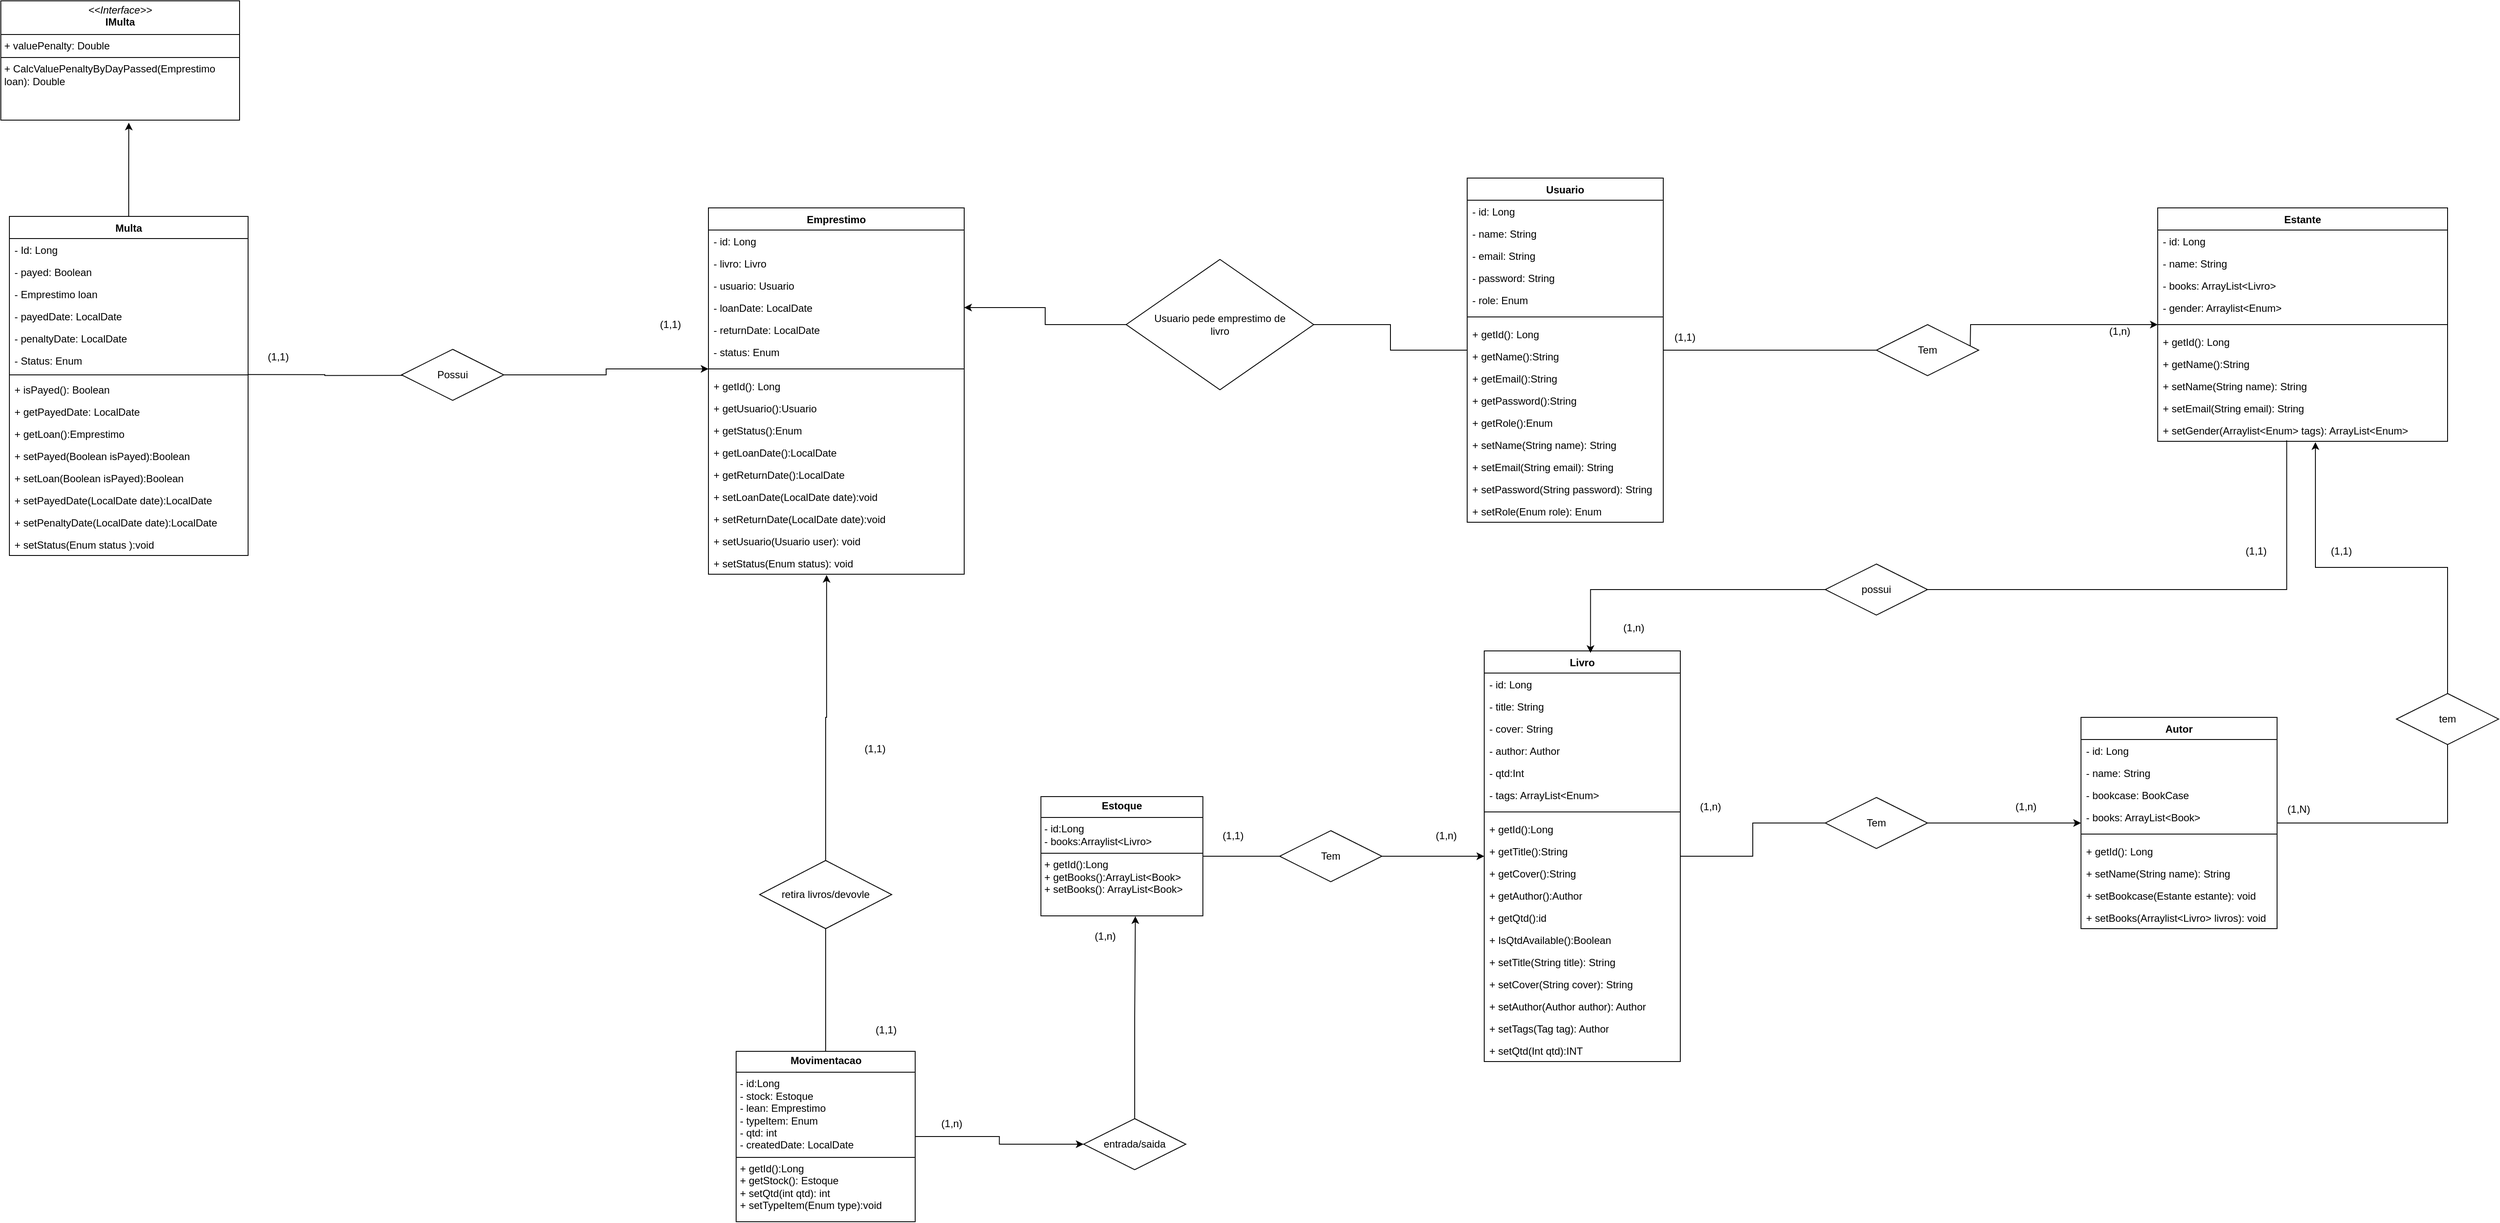
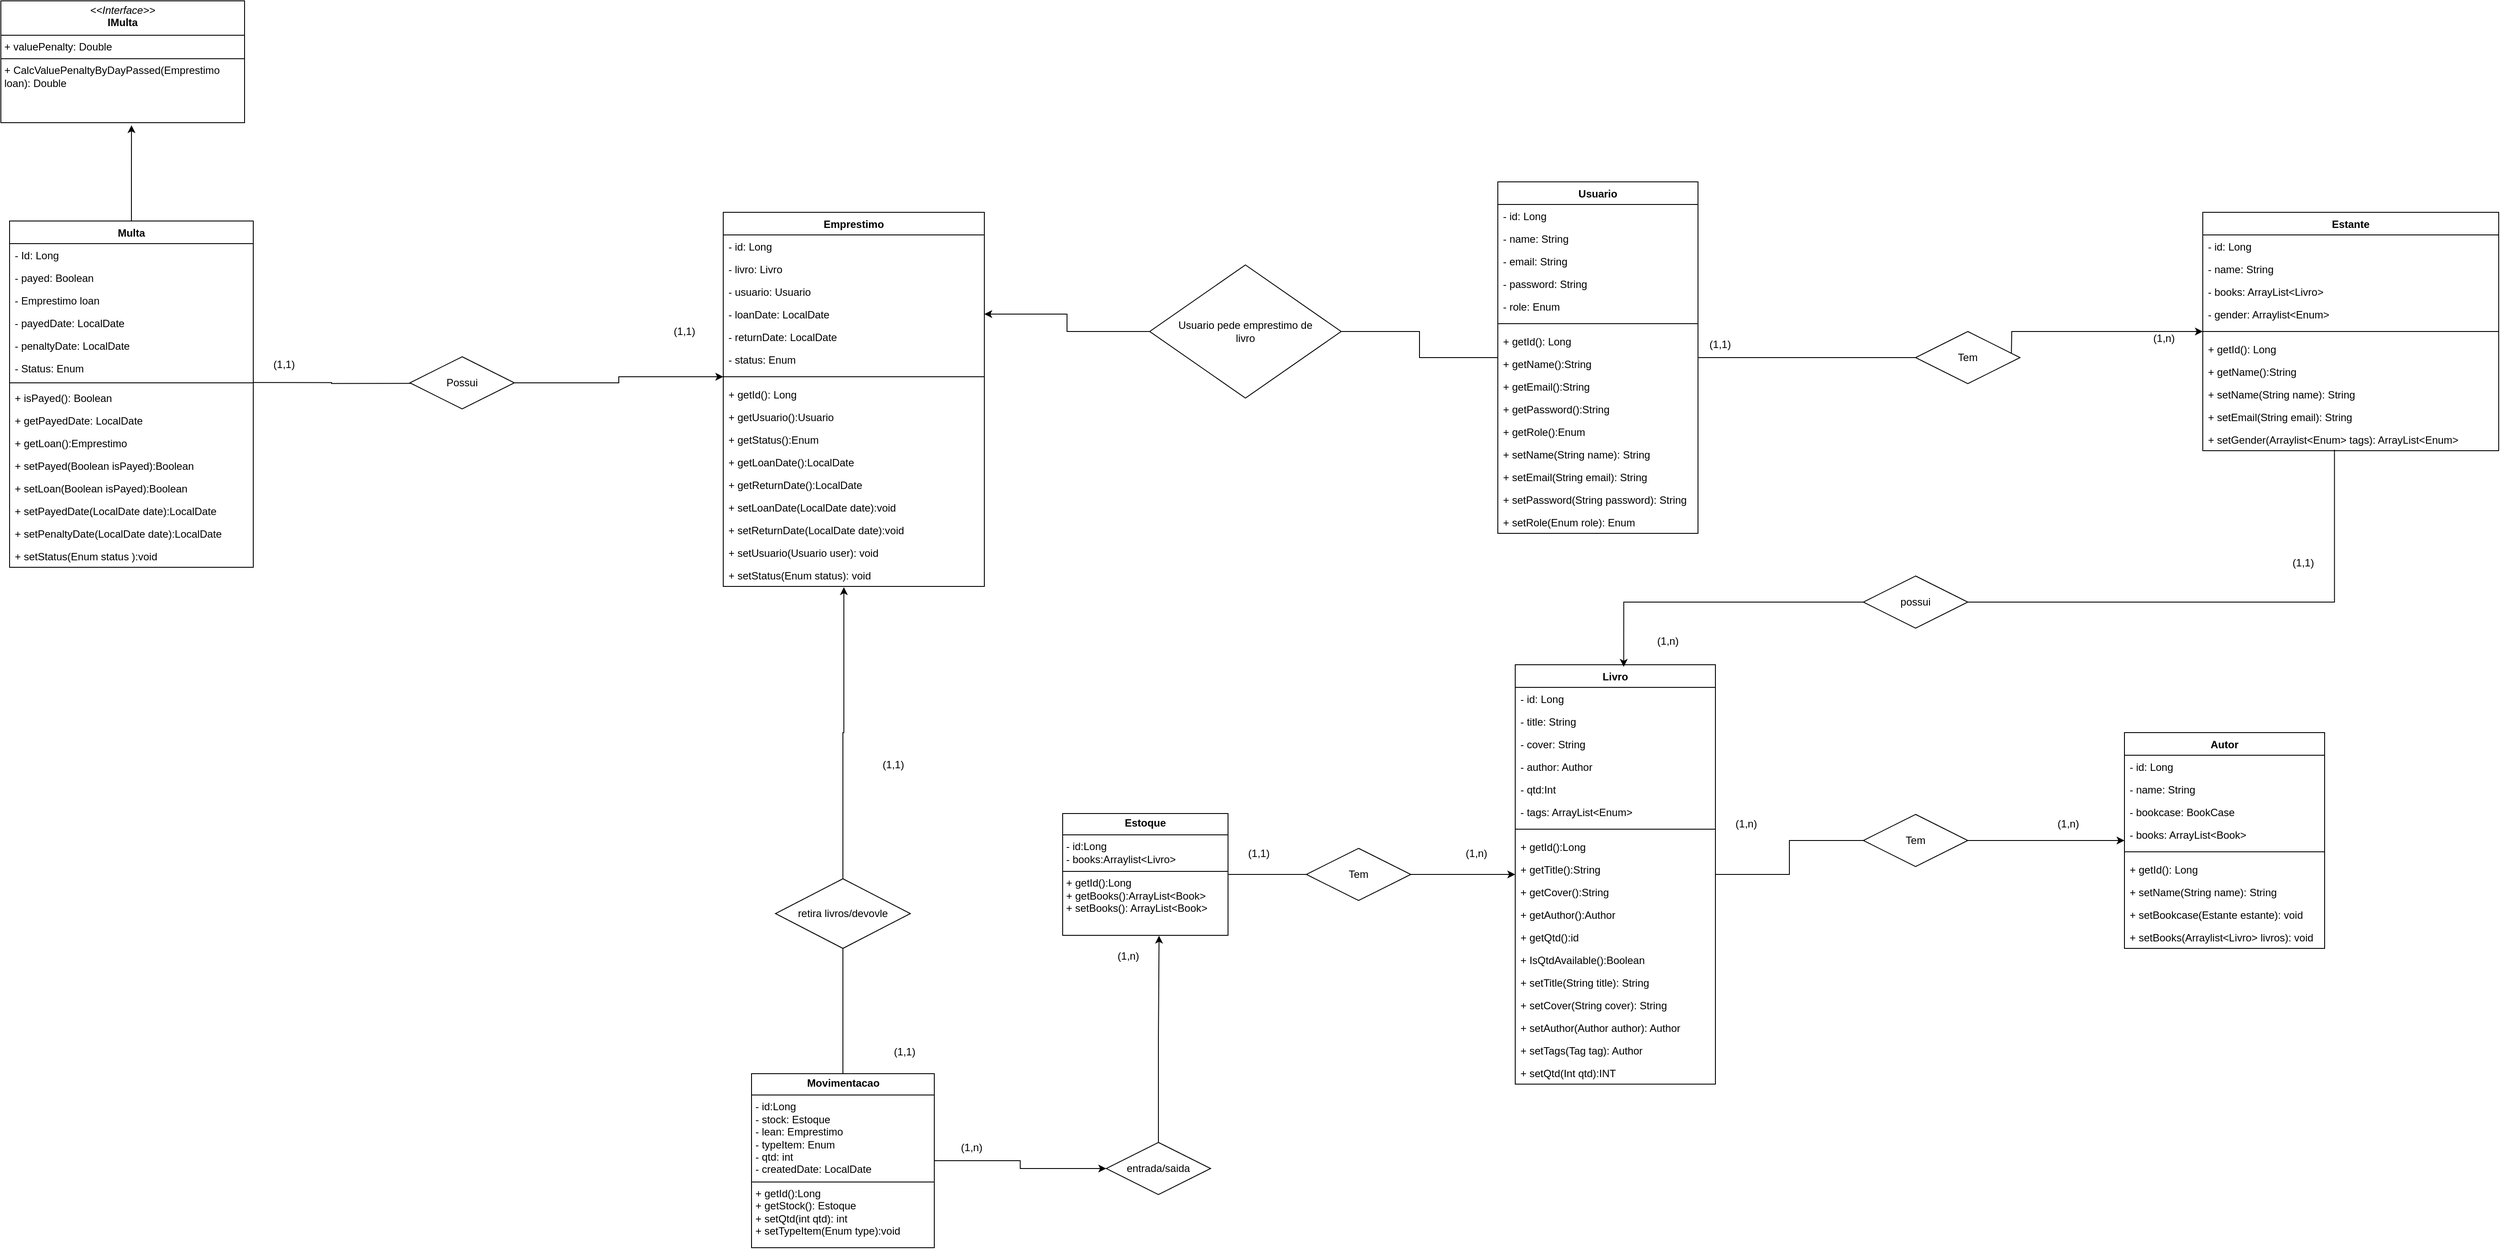
<mxfile host="Electron" agent="Mozilla/5.0 (Windows NT 10.0; Win64; x64) AppleWebKit/537.36 (KHTML, like Gecko) draw.io/29.6.6 Chrome/144.0.7559.236 Electron/40.8.4 Safari/537.36" version="29.6.6">
  <diagram name="Página-1" id="Kx7T9UcbU51RKCMPcttM">
    <mxGraphModel dx="4016" dy="1816" grid="1" gridSize="10" guides="1" tooltips="1" connect="1" arrows="1" fold="1" page="1" pageScale="1" pageWidth="1169" pageHeight="827" math="0" shadow="0">
      <root>
        <mxCell id="0" />
        <mxCell id="1" parent="0" />
        <mxCell id="uXCx0sb0L0lpM-7Oejf6-9" edge="1" parent="1" source="KmSjKLGz71K4W9qImJ2B-2" style="edgeStyle=orthogonalEdgeStyle;rounded=0;orthogonalLoop=1;jettySize=auto;html=1;endArrow=none;endFill=0;entryX=0;entryY=0.5;entryDx=0;entryDy=0;" target="VC9RXPg_d_1Dh3A2mj1C-4">
          <mxGeometry relative="1" as="geometry">
            <mxPoint x="640" y="-2.9999999999997726" as="targetPoint" />
          </mxGeometry>
        </mxCell>
        <mxCell id="VC9RXPg_d_1Dh3A2mj1C-3" edge="1" parent="1" source="KmSjKLGz71K4W9qImJ2B-2" style="edgeStyle=orthogonalEdgeStyle;rounded=0;orthogonalLoop=1;jettySize=auto;html=1;entryX=1;entryY=0.5;entryDx=0;entryDy=0;endArrow=none;endFill=0;" target="VC9RXPg_d_1Dh3A2mj1C-1">
          <mxGeometry relative="1" as="geometry" />
        </mxCell>
        <mxCell id="KmSjKLGz71K4W9qImJ2B-2" parent="1" style="swimlane;fontStyle=1;align=center;verticalAlign=top;childLayout=stackLayout;horizontal=1;startSize=26;horizontalStack=0;resizeParent=1;resizeParentMax=0;resizeLast=0;collapsible=1;marginBottom=0;whiteSpace=wrap;html=1;" value="Usuario" vertex="1">
          <mxGeometry height="404" width="230" x="140" y="-205" as="geometry" />
        </mxCell>
        <mxCell id="KmSjKLGz71K4W9qImJ2B-3" parent="KmSjKLGz71K4W9qImJ2B-2" style="text;strokeColor=none;fillColor=none;align=left;verticalAlign=top;spacingLeft=4;spacingRight=4;overflow=hidden;rotatable=0;points=[[0,0.5],[1,0.5]];portConstraint=eastwest;whiteSpace=wrap;html=1;" value="- id: Long" vertex="1">
          <mxGeometry height="26" width="230" y="26" as="geometry" />
        </mxCell>
        <mxCell id="KmSjKLGz71K4W9qImJ2B-6" parent="KmSjKLGz71K4W9qImJ2B-2" style="text;strokeColor=none;fillColor=none;align=left;verticalAlign=top;spacingLeft=4;spacingRight=4;overflow=hidden;rotatable=0;points=[[0,0.5],[1,0.5]];portConstraint=eastwest;whiteSpace=wrap;html=1;" value="- name: String" vertex="1">
          <mxGeometry height="26" width="230" y="52" as="geometry" />
        </mxCell>
        <mxCell id="KmSjKLGz71K4W9qImJ2B-7" parent="KmSjKLGz71K4W9qImJ2B-2" style="text;strokeColor=none;fillColor=none;align=left;verticalAlign=top;spacingLeft=4;spacingRight=4;overflow=hidden;rotatable=0;points=[[0,0.5],[1,0.5]];portConstraint=eastwest;whiteSpace=wrap;html=1;" value="- email: String" vertex="1">
          <mxGeometry height="26" width="230" y="78" as="geometry" />
        </mxCell>
        <mxCell id="KmSjKLGz71K4W9qImJ2B-8" parent="KmSjKLGz71K4W9qImJ2B-2" style="text;strokeColor=none;fillColor=none;align=left;verticalAlign=top;spacingLeft=4;spacingRight=4;overflow=hidden;rotatable=0;points=[[0,0.5],[1,0.5]];portConstraint=eastwest;whiteSpace=wrap;html=1;" value="- password: String" vertex="1">
          <mxGeometry height="26" width="230" y="104" as="geometry" />
        </mxCell>
        <mxCell id="KmSjKLGz71K4W9qImJ2B-9" parent="KmSjKLGz71K4W9qImJ2B-2" style="text;strokeColor=none;fillColor=none;align=left;verticalAlign=top;spacingLeft=4;spacingRight=4;overflow=hidden;rotatable=0;points=[[0,0.5],[1,0.5]];portConstraint=eastwest;whiteSpace=wrap;html=1;" value="- role: Enum" vertex="1">
          <mxGeometry height="26" width="230" y="130" as="geometry" />
        </mxCell>
        <mxCell id="KmSjKLGz71K4W9qImJ2B-4" parent="KmSjKLGz71K4W9qImJ2B-2" style="line;strokeWidth=1;fillColor=none;align=left;verticalAlign=middle;spacingTop=-1;spacingLeft=3;spacingRight=3;rotatable=0;labelPosition=right;points=[];portConstraint=eastwest;strokeColor=inherit;" value="" vertex="1">
          <mxGeometry height="14" width="230" y="156" as="geometry" />
        </mxCell>
        <mxCell id="KmSjKLGz71K4W9qImJ2B-5" parent="KmSjKLGz71K4W9qImJ2B-2" style="text;strokeColor=none;fillColor=none;align=left;verticalAlign=top;spacingLeft=4;spacingRight=4;overflow=hidden;rotatable=0;points=[[0,0.5],[1,0.5]];portConstraint=eastwest;whiteSpace=wrap;html=1;" value="+ getId(): Long" vertex="1">
          <mxGeometry height="26" width="230" y="170" as="geometry" />
        </mxCell>
        <mxCell id="KmSjKLGz71K4W9qImJ2B-10" parent="KmSjKLGz71K4W9qImJ2B-2" style="text;strokeColor=none;fillColor=none;align=left;verticalAlign=top;spacingLeft=4;spacingRight=4;overflow=hidden;rotatable=0;points=[[0,0.5],[1,0.5]];portConstraint=eastwest;whiteSpace=wrap;html=1;" value="+ getName():String" vertex="1">
          <mxGeometry height="26" width="230" y="196" as="geometry" />
        </mxCell>
        <mxCell id="KmSjKLGz71K4W9qImJ2B-11" parent="KmSjKLGz71K4W9qImJ2B-2" style="text;strokeColor=none;fillColor=none;align=left;verticalAlign=top;spacingLeft=4;spacingRight=4;overflow=hidden;rotatable=0;points=[[0,0.5],[1,0.5]];portConstraint=eastwest;whiteSpace=wrap;html=1;" value="+ getEmail():String" vertex="1">
          <mxGeometry height="26" width="230" y="222" as="geometry" />
        </mxCell>
        <mxCell id="KmSjKLGz71K4W9qImJ2B-12" parent="KmSjKLGz71K4W9qImJ2B-2" style="text;strokeColor=none;fillColor=none;align=left;verticalAlign=top;spacingLeft=4;spacingRight=4;overflow=hidden;rotatable=0;points=[[0,0.5],[1,0.5]];portConstraint=eastwest;whiteSpace=wrap;html=1;" value="+ getPassword():String" vertex="1">
          <mxGeometry height="26" width="230" y="248" as="geometry" />
        </mxCell>
        <mxCell id="KmSjKLGz71K4W9qImJ2B-13" parent="KmSjKLGz71K4W9qImJ2B-2" style="text;strokeColor=none;fillColor=none;align=left;verticalAlign=top;spacingLeft=4;spacingRight=4;overflow=hidden;rotatable=0;points=[[0,0.5],[1,0.5]];portConstraint=eastwest;whiteSpace=wrap;html=1;" value="+ getRole():Enum" vertex="1">
          <mxGeometry height="26" width="230" y="274" as="geometry" />
        </mxCell>
        <mxCell id="KmSjKLGz71K4W9qImJ2B-14" parent="KmSjKLGz71K4W9qImJ2B-2" style="text;strokeColor=none;fillColor=none;align=left;verticalAlign=top;spacingLeft=4;spacingRight=4;overflow=hidden;rotatable=0;points=[[0,0.5],[1,0.5]];portConstraint=eastwest;whiteSpace=wrap;html=1;" value="+ setName(String name): String" vertex="1">
          <mxGeometry height="26" width="230" y="300" as="geometry" />
        </mxCell>
        <mxCell id="KmSjKLGz71K4W9qImJ2B-15" parent="KmSjKLGz71K4W9qImJ2B-2" style="text;strokeColor=none;fillColor=none;align=left;verticalAlign=top;spacingLeft=4;spacingRight=4;overflow=hidden;rotatable=0;points=[[0,0.5],[1,0.5]];portConstraint=eastwest;whiteSpace=wrap;html=1;" value="+ setEmail(String email): String" vertex="1">
          <mxGeometry height="26" width="230" y="326" as="geometry" />
        </mxCell>
        <mxCell id="KmSjKLGz71K4W9qImJ2B-16" parent="KmSjKLGz71K4W9qImJ2B-2" style="text;strokeColor=none;fillColor=none;align=left;verticalAlign=top;spacingLeft=4;spacingRight=4;overflow=hidden;rotatable=0;points=[[0,0.5],[1,0.5]];portConstraint=eastwest;whiteSpace=wrap;html=1;" value="+ setPassword(String password): String" vertex="1">
          <mxGeometry height="26" width="230" y="352" as="geometry" />
        </mxCell>
        <mxCell id="KmSjKLGz71K4W9qImJ2B-17" parent="KmSjKLGz71K4W9qImJ2B-2" style="text;strokeColor=none;fillColor=none;align=left;verticalAlign=top;spacingLeft=4;spacingRight=4;overflow=hidden;rotatable=0;points=[[0,0.5],[1,0.5]];portConstraint=eastwest;whiteSpace=wrap;html=1;" value="+ setRole(Enum role): Enum" vertex="1">
          <mxGeometry height="26" width="230" y="378" as="geometry" />
        </mxCell>
        <mxCell id="uXCx0sb0L0lpM-7Oejf6-8" edge="1" parent="1" source="KmSjKLGz71K4W9qImJ2B-35" style="edgeStyle=orthogonalEdgeStyle;rounded=0;orthogonalLoop=1;jettySize=auto;html=1;entryX=0;entryY=0.5;entryDx=0;entryDy=0;endArrow=none;endFill=0;" target="VC9RXPg_d_1Dh3A2mj1C-8">
          <mxGeometry relative="1" as="geometry">
            <mxPoint x="520" y="552" as="targetPoint" />
          </mxGeometry>
        </mxCell>
        <mxCell id="KmSjKLGz71K4W9qImJ2B-35" parent="1" style="swimlane;fontStyle=1;align=center;verticalAlign=top;childLayout=stackLayout;horizontal=1;startSize=26;horizontalStack=0;resizeParent=1;resizeParentMax=0;resizeLast=0;collapsible=1;marginBottom=0;whiteSpace=wrap;html=1;" value="Livro" vertex="1">
          <mxGeometry height="482" width="230" x="160" y="350" as="geometry" />
        </mxCell>
        <mxCell id="KmSjKLGz71K4W9qImJ2B-36" parent="KmSjKLGz71K4W9qImJ2B-35" style="text;strokeColor=none;fillColor=none;align=left;verticalAlign=top;spacingLeft=4;spacingRight=4;overflow=hidden;rotatable=0;points=[[0,0.5],[1,0.5]];portConstraint=eastwest;whiteSpace=wrap;html=1;" value="- id: Long" vertex="1">
          <mxGeometry height="26" width="230" y="26" as="geometry" />
        </mxCell>
        <mxCell id="KmSjKLGz71K4W9qImJ2B-38" parent="KmSjKLGz71K4W9qImJ2B-35" style="text;strokeColor=none;fillColor=none;align=left;verticalAlign=top;spacingLeft=4;spacingRight=4;overflow=hidden;rotatable=0;points=[[0,0.5],[1,0.5]];portConstraint=eastwest;whiteSpace=wrap;html=1;" value="- title: String" vertex="1">
          <mxGeometry height="26" width="230" y="52" as="geometry" />
        </mxCell>
        <mxCell id="KmSjKLGz71K4W9qImJ2B-39" parent="KmSjKLGz71K4W9qImJ2B-35" style="text;strokeColor=none;fillColor=none;align=left;verticalAlign=top;spacingLeft=4;spacingRight=4;overflow=hidden;rotatable=0;points=[[0,0.5],[1,0.5]];portConstraint=eastwest;whiteSpace=wrap;html=1;" value="- cover: String" vertex="1">
          <mxGeometry height="26" width="230" y="78" as="geometry" />
        </mxCell>
        <mxCell id="KmSjKLGz71K4W9qImJ2B-40" parent="KmSjKLGz71K4W9qImJ2B-35" style="text;strokeColor=none;fillColor=none;align=left;verticalAlign=top;spacingLeft=4;spacingRight=4;overflow=hidden;rotatable=0;points=[[0,0.5],[1,0.5]];portConstraint=eastwest;whiteSpace=wrap;html=1;" value="- author: Author" vertex="1">
          <mxGeometry height="26" width="230" y="104" as="geometry" />
        </mxCell>
        <mxCell id="uXCx0sb0L0lpM-7Oejf6-7" parent="KmSjKLGz71K4W9qImJ2B-35" style="text;strokeColor=none;fillColor=none;align=left;verticalAlign=top;spacingLeft=4;spacingRight=4;overflow=hidden;rotatable=0;points=[[0,0.5],[1,0.5]];portConstraint=eastwest;whiteSpace=wrap;html=1;" value="- qtd:Int" vertex="1">
          <mxGeometry height="26" width="230" y="130" as="geometry" />
        </mxCell>
        <mxCell id="KmSjKLGz71K4W9qImJ2B-139" parent="KmSjKLGz71K4W9qImJ2B-35" style="text;strokeColor=none;fillColor=none;align=left;verticalAlign=top;spacingLeft=4;spacingRight=4;overflow=hidden;rotatable=0;points=[[0,0.5],[1,0.5]];portConstraint=eastwest;whiteSpace=wrap;html=1;" value="- tags: ArrayList&amp;lt;Enum&amp;gt;" vertex="1">
          <mxGeometry height="26" width="230" y="156" as="geometry" />
        </mxCell>
        <mxCell id="KmSjKLGz71K4W9qImJ2B-41" parent="KmSjKLGz71K4W9qImJ2B-35" style="line;strokeWidth=1;fillColor=none;align=left;verticalAlign=middle;spacingTop=-1;spacingLeft=3;spacingRight=3;rotatable=0;labelPosition=right;points=[];portConstraint=eastwest;strokeColor=inherit;" value="" vertex="1">
          <mxGeometry height="14" width="230" y="182" as="geometry" />
        </mxCell>
        <mxCell id="KmSjKLGz71K4W9qImJ2B-42" parent="KmSjKLGz71K4W9qImJ2B-35" style="text;strokeColor=none;fillColor=none;align=left;verticalAlign=top;spacingLeft=4;spacingRight=4;overflow=hidden;rotatable=0;points=[[0,0.5],[1,0.5]];portConstraint=eastwest;whiteSpace=wrap;html=1;" value="+ getId():Long" vertex="1">
          <mxGeometry height="26" width="230" y="196" as="geometry" />
        </mxCell>
        <mxCell id="KmSjKLGz71K4W9qImJ2B-43" parent="KmSjKLGz71K4W9qImJ2B-35" style="text;strokeColor=none;fillColor=none;align=left;verticalAlign=top;spacingLeft=4;spacingRight=4;overflow=hidden;rotatable=0;points=[[0,0.5],[1,0.5]];portConstraint=eastwest;whiteSpace=wrap;html=1;" value="+ getTitle():String" vertex="1">
          <mxGeometry height="26" width="230" y="222" as="geometry" />
        </mxCell>
        <mxCell id="KmSjKLGz71K4W9qImJ2B-44" parent="KmSjKLGz71K4W9qImJ2B-35" style="text;strokeColor=none;fillColor=none;align=left;verticalAlign=top;spacingLeft=4;spacingRight=4;overflow=hidden;rotatable=0;points=[[0,0.5],[1,0.5]];portConstraint=eastwest;whiteSpace=wrap;html=1;" value="+ getCover():String" vertex="1">
          <mxGeometry height="26" width="230" y="248" as="geometry" />
        </mxCell>
        <mxCell id="KmSjKLGz71K4W9qImJ2B-45" parent="KmSjKLGz71K4W9qImJ2B-35" style="text;strokeColor=none;fillColor=none;align=left;verticalAlign=top;spacingLeft=4;spacingRight=4;overflow=hidden;rotatable=0;points=[[0,0.5],[1,0.5]];portConstraint=eastwest;whiteSpace=wrap;html=1;" value="+ getAuthor():Author" vertex="1">
          <mxGeometry height="26" width="230" y="274" as="geometry" />
        </mxCell>
        <mxCell id="VC9RXPg_d_1Dh3A2mj1C-16" parent="KmSjKLGz71K4W9qImJ2B-35" style="text;strokeColor=none;fillColor=none;align=left;verticalAlign=top;spacingLeft=4;spacingRight=4;overflow=hidden;rotatable=0;points=[[0,0.5],[1,0.5]];portConstraint=eastwest;whiteSpace=wrap;html=1;" value="+ getQtd():id" vertex="1">
          <mxGeometry height="26" width="230" y="300" as="geometry" />
        </mxCell>
        <mxCell id="VC9RXPg_d_1Dh3A2mj1C-17" parent="KmSjKLGz71K4W9qImJ2B-35" style="text;strokeColor=none;fillColor=none;align=left;verticalAlign=top;spacingLeft=4;spacingRight=4;overflow=hidden;rotatable=0;points=[[0,0.5],[1,0.5]];portConstraint=eastwest;whiteSpace=wrap;html=1;" value="+ IsQtdAvailable():Boolean" vertex="1">
          <mxGeometry height="26" width="230" y="326" as="geometry" />
        </mxCell>
        <mxCell id="KmSjKLGz71K4W9qImJ2B-47" parent="KmSjKLGz71K4W9qImJ2B-35" style="text;strokeColor=none;fillColor=none;align=left;verticalAlign=top;spacingLeft=4;spacingRight=4;overflow=hidden;rotatable=0;points=[[0,0.5],[1,0.5]];portConstraint=eastwest;whiteSpace=wrap;html=1;" value="+ setTitle(String title): String" vertex="1">
          <mxGeometry height="26" width="230" y="352" as="geometry" />
        </mxCell>
        <mxCell id="KmSjKLGz71K4W9qImJ2B-48" parent="KmSjKLGz71K4W9qImJ2B-35" style="text;strokeColor=none;fillColor=none;align=left;verticalAlign=top;spacingLeft=4;spacingRight=4;overflow=hidden;rotatable=0;points=[[0,0.5],[1,0.5]];portConstraint=eastwest;whiteSpace=wrap;html=1;" value="+ setCover(String cover): String" vertex="1">
          <mxGeometry height="26" width="230" y="378" as="geometry" />
        </mxCell>
        <mxCell id="KmSjKLGz71K4W9qImJ2B-49" parent="KmSjKLGz71K4W9qImJ2B-35" style="text;strokeColor=none;fillColor=none;align=left;verticalAlign=top;spacingLeft=4;spacingRight=4;overflow=hidden;rotatable=0;points=[[0,0.5],[1,0.5]];portConstraint=eastwest;whiteSpace=wrap;html=1;" value="+ setAuthor(Author author): Author" vertex="1">
          <mxGeometry height="26" width="230" y="404" as="geometry" />
        </mxCell>
        <mxCell id="KmSjKLGz71K4W9qImJ2B-140" parent="KmSjKLGz71K4W9qImJ2B-35" style="text;strokeColor=none;fillColor=none;align=left;verticalAlign=top;spacingLeft=4;spacingRight=4;overflow=hidden;rotatable=0;points=[[0,0.5],[1,0.5]];portConstraint=eastwest;whiteSpace=wrap;html=1;" value="+ setTags(Tag tag): Author" vertex="1">
          <mxGeometry height="26" width="230" y="430" as="geometry" />
        </mxCell>
        <mxCell id="VC9RXPg_d_1Dh3A2mj1C-18" parent="KmSjKLGz71K4W9qImJ2B-35" style="text;strokeColor=none;fillColor=none;align=left;verticalAlign=top;spacingLeft=4;spacingRight=4;overflow=hidden;rotatable=0;points=[[0,0.5],[1,0.5]];portConstraint=eastwest;whiteSpace=wrap;html=1;" value="+ setQtd(Int qtd):INT" vertex="1">
          <mxGeometry height="26" width="230" y="456" as="geometry" />
        </mxCell>
-         <mxCell id="dsXsR4ag7PACNrRJgRpK-17" edge="1" parent="1" source="KmSjKLGz71K4W9qImJ2B-64" style="edgeStyle=orthogonalEdgeStyle;rounded=0;orthogonalLoop=1;jettySize=auto;html=1;entryX=0.5;entryY=1;entryDx=0;entryDy=0;endArrow=none;endFill=0;" target="dsXsR4ag7PACNrRJgRpK-18">
-           <mxGeometry relative="1" as="geometry">
-             <mxPoint x="1230" y="380" as="targetPoint" />
-           </mxGeometry>
-         </mxCell>
        <mxCell id="KmSjKLGz71K4W9qImJ2B-64" parent="1" style="swimlane;fontStyle=1;align=center;verticalAlign=top;childLayout=stackLayout;horizontal=1;startSize=26;horizontalStack=0;resizeParent=1;resizeParentMax=0;resizeLast=0;collapsible=1;marginBottom=0;whiteSpace=wrap;html=1;" value="Autor" vertex="1">
          <mxGeometry height="248" width="230" x="860" y="428" as="geometry" />
        </mxCell>
        <mxCell id="KmSjKLGz71K4W9qImJ2B-65" parent="KmSjKLGz71K4W9qImJ2B-64" style="text;strokeColor=none;fillColor=none;align=left;verticalAlign=top;spacingLeft=4;spacingRight=4;overflow=hidden;rotatable=0;points=[[0,0.5],[1,0.5]];portConstraint=eastwest;whiteSpace=wrap;html=1;" value="- id: Long" vertex="1">
          <mxGeometry height="26" width="230" y="26" as="geometry" />
        </mxCell>
        <mxCell id="KmSjKLGz71K4W9qImJ2B-66" parent="KmSjKLGz71K4W9qImJ2B-64" style="text;strokeColor=none;fillColor=none;align=left;verticalAlign=top;spacingLeft=4;spacingRight=4;overflow=hidden;rotatable=0;points=[[0,0.5],[1,0.5]];portConstraint=eastwest;whiteSpace=wrap;html=1;" value="- name: String" vertex="1">
          <mxGeometry height="26" width="230" y="52" as="geometry" />
        </mxCell>
        <mxCell id="KmSjKLGz71K4W9qImJ2B-149" parent="KmSjKLGz71K4W9qImJ2B-64" style="text;strokeColor=none;fillColor=none;align=left;verticalAlign=top;spacingLeft=4;spacingRight=4;overflow=hidden;rotatable=0;points=[[0,0.5],[1,0.5]];portConstraint=eastwest;whiteSpace=wrap;html=1;" value="- bookcase: BookCase" vertex="1">
          <mxGeometry height="26" width="230" y="78" as="geometry" />
        </mxCell>
        <mxCell id="uXCx0sb0L0lpM-7Oejf6-3" parent="KmSjKLGz71K4W9qImJ2B-64" style="text;strokeColor=none;fillColor=none;align=left;verticalAlign=top;spacingLeft=4;spacingRight=4;overflow=hidden;rotatable=0;points=[[0,0.5],[1,0.5]];portConstraint=eastwest;whiteSpace=wrap;html=1;" value="- books: ArrayList&amp;lt;Book&amp;gt;" vertex="1">
          <mxGeometry height="26" width="230" y="104" as="geometry" />
        </mxCell>
        <mxCell id="KmSjKLGz71K4W9qImJ2B-70" parent="KmSjKLGz71K4W9qImJ2B-64" style="line;strokeWidth=1;fillColor=none;align=left;verticalAlign=middle;spacingTop=-1;spacingLeft=3;spacingRight=3;rotatable=0;labelPosition=right;points=[];portConstraint=eastwest;strokeColor=inherit;" value="" vertex="1">
          <mxGeometry height="14" width="230" y="130" as="geometry" />
        </mxCell>
        <mxCell id="KmSjKLGz71K4W9qImJ2B-71" parent="KmSjKLGz71K4W9qImJ2B-64" style="text;strokeColor=none;fillColor=none;align=left;verticalAlign=top;spacingLeft=4;spacingRight=4;overflow=hidden;rotatable=0;points=[[0,0.5],[1,0.5]];portConstraint=eastwest;whiteSpace=wrap;html=1;" value="+ getId(): Long" vertex="1">
          <mxGeometry height="26" width="230" y="144" as="geometry" />
        </mxCell>
        <mxCell id="KmSjKLGz71K4W9qImJ2B-76" parent="KmSjKLGz71K4W9qImJ2B-64" style="text;strokeColor=none;fillColor=none;align=left;verticalAlign=top;spacingLeft=4;spacingRight=4;overflow=hidden;rotatable=0;points=[[0,0.5],[1,0.5]];portConstraint=eastwest;whiteSpace=wrap;html=1;" value="+ setName(String name): String" vertex="1">
          <mxGeometry height="26" width="230" y="170" as="geometry" />
        </mxCell>
        <mxCell id="dsXsR4ag7PACNrRJgRpK-15" parent="KmSjKLGz71K4W9qImJ2B-64" style="text;strokeColor=none;fillColor=none;align=left;verticalAlign=top;spacingLeft=4;spacingRight=4;overflow=hidden;rotatable=0;points=[[0,0.5],[1,0.5]];portConstraint=eastwest;whiteSpace=wrap;html=1;" value="+ setBookcase(Estante estante): void" vertex="1">
          <mxGeometry height="26" width="230" y="196" as="geometry" />
        </mxCell>
        <mxCell id="dsXsR4ag7PACNrRJgRpK-16" parent="KmSjKLGz71K4W9qImJ2B-64" style="text;strokeColor=none;fillColor=none;align=left;verticalAlign=top;spacingLeft=4;spacingRight=4;overflow=hidden;rotatable=0;points=[[0,0.5],[1,0.5]];portConstraint=eastwest;whiteSpace=wrap;html=1;" value="+ setBooks(Arraylist&amp;lt;Livro&amp;gt; livros): void" vertex="1">
          <mxGeometry height="26" width="230" y="222" as="geometry" />
        </mxCell>
        <mxCell id="KmSjKLGz71K4W9qImJ2B-80" parent="1" style="swimlane;fontStyle=1;align=center;verticalAlign=top;childLayout=stackLayout;horizontal=1;startSize=26;horizontalStack=0;resizeParent=1;resizeParentMax=0;resizeLast=0;collapsible=1;marginBottom=0;whiteSpace=wrap;html=1;" value="Emprestimo" vertex="1">
          <mxGeometry height="430" width="300" x="-750" y="-170" as="geometry" />
        </mxCell>
        <mxCell id="KmSjKLGz71K4W9qImJ2B-81" parent="KmSjKLGz71K4W9qImJ2B-80" style="text;strokeColor=none;fillColor=none;align=left;verticalAlign=top;spacingLeft=4;spacingRight=4;overflow=hidden;rotatable=0;points=[[0,0.5],[1,0.5]];portConstraint=eastwest;whiteSpace=wrap;html=1;" value="- id: Long" vertex="1">
          <mxGeometry height="26" width="300" y="26" as="geometry" />
        </mxCell>
        <mxCell id="KmSjKLGz71K4W9qImJ2B-82" parent="KmSjKLGz71K4W9qImJ2B-80" style="text;strokeColor=none;fillColor=none;align=left;verticalAlign=top;spacingLeft=4;spacingRight=4;overflow=hidden;rotatable=0;points=[[0,0.5],[1,0.5]];portConstraint=eastwest;whiteSpace=wrap;html=1;" value="- livro: Livro" vertex="1">
          <mxGeometry height="26" width="300" y="52" as="geometry" />
        </mxCell>
        <mxCell id="uXCx0sb0L0lpM-7Oejf6-6" parent="KmSjKLGz71K4W9qImJ2B-80" style="text;strokeColor=none;fillColor=none;align=left;verticalAlign=top;spacingLeft=4;spacingRight=4;overflow=hidden;rotatable=0;points=[[0,0.5],[1,0.5]];portConstraint=eastwest;whiteSpace=wrap;html=1;" value="- usuario: Usuario" vertex="1">
          <mxGeometry height="26" width="300" y="78" as="geometry" />
        </mxCell>
        <mxCell id="KmSjKLGz71K4W9qImJ2B-84" parent="KmSjKLGz71K4W9qImJ2B-80" style="text;strokeColor=none;fillColor=none;align=left;verticalAlign=top;spacingLeft=4;spacingRight=4;overflow=hidden;rotatable=0;points=[[0,0.5],[1,0.5]];portConstraint=eastwest;whiteSpace=wrap;html=1;" value="- loanDate: LocalDate" vertex="1">
          <mxGeometry height="26" width="300" y="104" as="geometry" />
        </mxCell>
        <mxCell id="uXCx0sb0L0lpM-7Oejf6-5" parent="KmSjKLGz71K4W9qImJ2B-80" style="text;strokeColor=none;fillColor=none;align=left;verticalAlign=top;spacingLeft=4;spacingRight=4;overflow=hidden;rotatable=0;points=[[0,0.5],[1,0.5]];portConstraint=eastwest;whiteSpace=wrap;html=1;" value="- returnDate: LocalDate" vertex="1">
          <mxGeometry height="26" width="300" y="130" as="geometry" />
        </mxCell>
        <mxCell id="VC9RXPg_d_1Dh3A2mj1C-10" parent="KmSjKLGz71K4W9qImJ2B-80" style="text;strokeColor=none;fillColor=none;align=left;verticalAlign=top;spacingLeft=4;spacingRight=4;overflow=hidden;rotatable=0;points=[[0,0.5],[1,0.5]];portConstraint=eastwest;whiteSpace=wrap;html=1;" value="- status: Enum" vertex="1">
          <mxGeometry height="26" width="300" y="156" as="geometry" />
        </mxCell>
        <mxCell id="KmSjKLGz71K4W9qImJ2B-86" parent="KmSjKLGz71K4W9qImJ2B-80" style="line;strokeWidth=1;fillColor=none;align=left;verticalAlign=middle;spacingTop=-1;spacingLeft=3;spacingRight=3;rotatable=0;labelPosition=right;points=[];portConstraint=eastwest;strokeColor=inherit;" value="" vertex="1">
          <mxGeometry height="14" width="300" y="182" as="geometry" />
        </mxCell>
        <mxCell id="KmSjKLGz71K4W9qImJ2B-87" parent="KmSjKLGz71K4W9qImJ2B-80" style="text;strokeColor=none;fillColor=none;align=left;verticalAlign=top;spacingLeft=4;spacingRight=4;overflow=hidden;rotatable=0;points=[[0,0.5],[1,0.5]];portConstraint=eastwest;whiteSpace=wrap;html=1;" value="+ getId(): Long" vertex="1">
          <mxGeometry height="26" width="300" y="196" as="geometry" />
        </mxCell>
        <mxCell id="KmSjKLGz71K4W9qImJ2B-89" parent="KmSjKLGz71K4W9qImJ2B-80" style="text;strokeColor=none;fillColor=none;align=left;verticalAlign=top;spacingLeft=4;spacingRight=4;overflow=hidden;rotatable=0;points=[[0,0.5],[1,0.5]];portConstraint=eastwest;whiteSpace=wrap;html=1;" value="+ getUsuario():Usuario" vertex="1">
          <mxGeometry height="26" width="300" y="222" as="geometry" />
        </mxCell>
        <mxCell id="KmSjKLGz71K4W9qImJ2B-91" parent="KmSjKLGz71K4W9qImJ2B-80" style="text;strokeColor=none;fillColor=none;align=left;verticalAlign=top;spacingLeft=4;spacingRight=4;overflow=hidden;rotatable=0;points=[[0,0.5],[1,0.5]];portConstraint=eastwest;whiteSpace=wrap;html=1;" value="+ getStatus():Enum" vertex="1">
          <mxGeometry height="26" width="300" y="248" as="geometry" />
        </mxCell>
        <mxCell id="VC9RXPg_d_1Dh3A2mj1C-22" parent="KmSjKLGz71K4W9qImJ2B-80" style="text;strokeColor=none;fillColor=none;align=left;verticalAlign=top;spacingLeft=4;spacingRight=4;overflow=hidden;rotatable=0;points=[[0,0.5],[1,0.5]];portConstraint=eastwest;whiteSpace=wrap;html=1;" value="+ getLoanDate():LocalDate" vertex="1">
          <mxGeometry height="26" width="300" y="274" as="geometry" />
        </mxCell>
        <mxCell id="VC9RXPg_d_1Dh3A2mj1C-26" parent="KmSjKLGz71K4W9qImJ2B-80" style="text;strokeColor=none;fillColor=none;align=left;verticalAlign=top;spacingLeft=4;spacingRight=4;overflow=hidden;rotatable=0;points=[[0,0.5],[1,0.5]];portConstraint=eastwest;whiteSpace=wrap;html=1;" value="+ getReturnDate():LocalDate" vertex="1">
          <mxGeometry height="26" width="300" y="300" as="geometry" />
        </mxCell>
        <mxCell id="VC9RXPg_d_1Dh3A2mj1C-23" parent="KmSjKLGz71K4W9qImJ2B-80" style="text;strokeColor=none;fillColor=none;align=left;verticalAlign=top;spacingLeft=4;spacingRight=4;overflow=hidden;rotatable=0;points=[[0,0.5],[1,0.5]];portConstraint=eastwest;whiteSpace=wrap;html=1;" value="+ setLoanDate(LocalDate date):void" vertex="1">
          <mxGeometry height="26" width="300" y="326" as="geometry" />
        </mxCell>
        <mxCell id="VC9RXPg_d_1Dh3A2mj1C-27" parent="KmSjKLGz71K4W9qImJ2B-80" style="text;strokeColor=none;fillColor=none;align=left;verticalAlign=top;spacingLeft=4;spacingRight=4;overflow=hidden;rotatable=0;points=[[0,0.5],[1,0.5]];portConstraint=eastwest;whiteSpace=wrap;html=1;" value="+ setReturnDate(LocalDate date):void" vertex="1">
          <mxGeometry height="26" width="300" y="352" as="geometry" />
        </mxCell>
        <mxCell id="KmSjKLGz71K4W9qImJ2B-92" parent="KmSjKLGz71K4W9qImJ2B-80" style="text;strokeColor=none;fillColor=none;align=left;verticalAlign=top;spacingLeft=4;spacingRight=4;overflow=hidden;rotatable=0;points=[[0,0.5],[1,0.5]];portConstraint=eastwest;whiteSpace=wrap;html=1;" value="+ setUsuario(Usuario user): void" vertex="1">
          <mxGeometry height="26" width="300" y="378" as="geometry" />
        </mxCell>
        <mxCell id="VC9RXPg_d_1Dh3A2mj1C-31" parent="KmSjKLGz71K4W9qImJ2B-80" style="text;strokeColor=none;fillColor=none;align=left;verticalAlign=top;spacingLeft=4;spacingRight=4;overflow=hidden;rotatable=0;points=[[0,0.5],[1,0.5]];portConstraint=eastwest;whiteSpace=wrap;html=1;" value="+ setStatus(Enum status): void" vertex="1">
          <mxGeometry height="26" width="300" y="404" as="geometry" />
        </mxCell>
        <mxCell id="KmSjKLGz71K4W9qImJ2B-99" edge="1" parent="1" source="VC9RXPg_d_1Dh3A2mj1C-8" style="edgeStyle=orthogonalEdgeStyle;rounded=0;orthogonalLoop=1;jettySize=auto;html=1;exitX=1;exitY=0.5;exitDx=0;exitDy=0;" target="KmSjKLGz71K4W9qImJ2B-64">
          <mxGeometry relative="1" as="geometry">
            <mxPoint x="640" y="552" as="sourcePoint" />
          </mxGeometry>
        </mxCell>
        <mxCell id="KmSjKLGz71K4W9qImJ2B-100" parent="1" style="text;html=1;align=center;verticalAlign=middle;resizable=0;points=[];autosize=1;strokeColor=none;fillColor=none;" value="(1,n)" vertex="1">
          <mxGeometry height="30" width="50" x="400" y="518" as="geometry" />
        </mxCell>
        <mxCell id="uXCx0sb0L0lpM-7Oejf6-14" edge="1" parent="1" source="KmSjKLGz71K4W9qImJ2B-129" style="edgeStyle=orthogonalEdgeStyle;rounded=0;orthogonalLoop=1;jettySize=auto;html=1;entryX=1;entryY=0.5;entryDx=0;entryDy=0;endArrow=none;endFill=0;startArrow=classic;startFill=1;">
          <mxGeometry relative="1" as="geometry">
            <mxPoint x="941.02" y="-5.16599999999994" as="sourcePoint" />
            <mxPoint x="730" y="-3" as="targetPoint" />
          </mxGeometry>
        </mxCell>
        <mxCell id="VC9RXPg_d_1Dh3A2mj1C-12" edge="1" parent="1" source="KmSjKLGz71K4W9qImJ2B-138" style="edgeStyle=orthogonalEdgeStyle;rounded=0;orthogonalLoop=1;jettySize=auto;html=1;entryX=1;entryY=0.5;entryDx=0;entryDy=0;exitX=0.445;exitY=0.959;exitDx=0;exitDy=0;exitPerimeter=0;endArrow=none;endFill=0;" target="VC9RXPg_d_1Dh3A2mj1C-11">
          <mxGeometry relative="1" as="geometry">
            <Array as="points">
              <mxPoint x="1101" y="278" />
            </Array>
            <mxPoint x="1095.0226315789475" y="248" as="sourcePoint" />
            <mxPoint x="714.97" y="278" as="targetPoint" />
          </mxGeometry>
        </mxCell>
        <mxCell id="KmSjKLGz71K4W9qImJ2B-123" parent="1" style="swimlane;fontStyle=1;align=center;verticalAlign=top;childLayout=stackLayout;horizontal=1;startSize=26;horizontalStack=0;resizeParent=1;resizeParentMax=0;resizeLast=0;collapsible=1;marginBottom=0;whiteSpace=wrap;html=1;" value="Estante" vertex="1">
          <mxGeometry height="274" width="340" x="950" y="-170" as="geometry" />
        </mxCell>
        <mxCell id="KmSjKLGz71K4W9qImJ2B-124" parent="KmSjKLGz71K4W9qImJ2B-123" style="text;strokeColor=none;fillColor=none;align=left;verticalAlign=top;spacingLeft=4;spacingRight=4;overflow=hidden;rotatable=0;points=[[0,0.5],[1,0.5]];portConstraint=eastwest;whiteSpace=wrap;html=1;" value="- id: Long" vertex="1">
          <mxGeometry height="26" width="340" y="26" as="geometry" />
        </mxCell>
        <mxCell id="KmSjKLGz71K4W9qImJ2B-125" parent="KmSjKLGz71K4W9qImJ2B-123" style="text;strokeColor=none;fillColor=none;align=left;verticalAlign=top;spacingLeft=4;spacingRight=4;overflow=hidden;rotatable=0;points=[[0,0.5],[1,0.5]];portConstraint=eastwest;whiteSpace=wrap;html=1;" value="- name: String" vertex="1">
          <mxGeometry height="26" width="340" y="52" as="geometry" />
        </mxCell>
        <mxCell id="KmSjKLGz71K4W9qImJ2B-126" parent="KmSjKLGz71K4W9qImJ2B-123" style="text;strokeColor=none;fillColor=none;align=left;verticalAlign=top;spacingLeft=4;spacingRight=4;overflow=hidden;rotatable=0;points=[[0,0.5],[1,0.5]];portConstraint=eastwest;whiteSpace=wrap;html=1;" value="- books: ArrayList&amp;lt;Livro&amp;gt;" vertex="1">
          <mxGeometry height="26" width="340" y="78" as="geometry" />
        </mxCell>
        <mxCell id="KmSjKLGz71K4W9qImJ2B-155" parent="KmSjKLGz71K4W9qImJ2B-123" style="text;strokeColor=none;fillColor=none;align=left;verticalAlign=top;spacingLeft=4;spacingRight=4;overflow=hidden;rotatable=0;points=[[0,0.5],[1,0.5]];portConstraint=eastwest;whiteSpace=wrap;html=1;" value="- gender: Arraylist&amp;lt;Enum&amp;gt;" vertex="1">
          <mxGeometry height="26" width="340" y="104" as="geometry" />
        </mxCell>
        <mxCell id="KmSjKLGz71K4W9qImJ2B-129" parent="KmSjKLGz71K4W9qImJ2B-123" style="line;strokeWidth=1;fillColor=none;align=left;verticalAlign=middle;spacingTop=-1;spacingLeft=3;spacingRight=3;rotatable=0;labelPosition=right;points=[];portConstraint=eastwest;strokeColor=inherit;" value="" vertex="1">
          <mxGeometry height="14" width="340" y="130" as="geometry" />
        </mxCell>
        <mxCell id="KmSjKLGz71K4W9qImJ2B-130" parent="KmSjKLGz71K4W9qImJ2B-123" style="text;strokeColor=none;fillColor=none;align=left;verticalAlign=top;spacingLeft=4;spacingRight=4;overflow=hidden;rotatable=0;points=[[0,0.5],[1,0.5]];portConstraint=eastwest;whiteSpace=wrap;html=1;" value="+ getId(): Long" vertex="1">
          <mxGeometry height="26" width="340" y="144" as="geometry" />
        </mxCell>
        <mxCell id="KmSjKLGz71K4W9qImJ2B-131" parent="KmSjKLGz71K4W9qImJ2B-123" style="text;strokeColor=none;fillColor=none;align=left;verticalAlign=top;spacingLeft=4;spacingRight=4;overflow=hidden;rotatable=0;points=[[0,0.5],[1,0.5]];portConstraint=eastwest;whiteSpace=wrap;html=1;" value="+ getName():String" vertex="1">
          <mxGeometry height="26" width="340" y="170" as="geometry" />
        </mxCell>
        <mxCell id="KmSjKLGz71K4W9qImJ2B-135" parent="KmSjKLGz71K4W9qImJ2B-123" style="text;strokeColor=none;fillColor=none;align=left;verticalAlign=top;spacingLeft=4;spacingRight=4;overflow=hidden;rotatable=0;points=[[0,0.5],[1,0.5]];portConstraint=eastwest;whiteSpace=wrap;html=1;" value="+ setName(String name): String" vertex="1">
          <mxGeometry height="26" width="340" y="196" as="geometry" />
        </mxCell>
        <mxCell id="KmSjKLGz71K4W9qImJ2B-136" parent="KmSjKLGz71K4W9qImJ2B-123" style="text;strokeColor=none;fillColor=none;align=left;verticalAlign=top;spacingLeft=4;spacingRight=4;overflow=hidden;rotatable=0;points=[[0,0.5],[1,0.5]];portConstraint=eastwest;whiteSpace=wrap;html=1;" value="+ setEmail(String email): String" vertex="1">
          <mxGeometry height="26" width="340" y="222" as="geometry" />
        </mxCell>
        <mxCell id="KmSjKLGz71K4W9qImJ2B-138" parent="KmSjKLGz71K4W9qImJ2B-123" style="text;strokeColor=none;fillColor=none;align=left;verticalAlign=top;spacingLeft=4;spacingRight=4;overflow=hidden;rotatable=0;points=[[0,0.5],[1,0.5]];portConstraint=eastwest;whiteSpace=wrap;html=1;" value="+ setGender(Arraylist&amp;lt;Enum&amp;gt; tags): ArrayList&amp;lt;Enum&amp;gt;" vertex="1">
          <mxGeometry height="26" width="340" y="248" as="geometry" />
        </mxCell>
        <mxCell id="KmSjKLGz71K4W9qImJ2B-171" parent="1" style="text;html=1;align=center;verticalAlign=middle;resizable=0;points=[];autosize=1;strokeColor=none;fillColor=none;" value="(1,1)" vertex="1">
          <mxGeometry height="30" width="50" x="370" y="-33" as="geometry" />
        </mxCell>
        <mxCell id="KmSjKLGz71K4W9qImJ2B-172" parent="1" style="text;html=1;align=center;verticalAlign=middle;resizable=0;points=[];autosize=1;strokeColor=none;fillColor=none;" value="(1,n)" vertex="1">
          <mxGeometry height="30" width="50" x="880" y="-40" as="geometry" />
        </mxCell>
        <mxCell id="KmSjKLGz71K4W9qImJ2B-173" parent="1" style="text;html=1;align=center;verticalAlign=middle;resizable=0;points=[];autosize=1;strokeColor=none;fillColor=none;" value="(1,n)" vertex="1">
          <mxGeometry height="30" width="50" x="770" y="518" as="geometry" />
        </mxCell>
        <mxCell id="VC9RXPg_d_1Dh3A2mj1C-2" edge="1" parent="1" source="VC9RXPg_d_1Dh3A2mj1C-1" style="edgeStyle=orthogonalEdgeStyle;rounded=0;orthogonalLoop=1;jettySize=auto;html=1;entryX=1;entryY=0.5;entryDx=0;entryDy=0;" target="KmSjKLGz71K4W9qImJ2B-84">
          <mxGeometry relative="1" as="geometry" />
        </mxCell>
        <mxCell id="VC9RXPg_d_1Dh3A2mj1C-1" parent="1" style="shape=rhombus;perimeter=rhombusPerimeter;whiteSpace=wrap;html=1;align=center;" value="Usuario pede emprestimo de&lt;div&gt;livro&lt;/div&gt;" vertex="1">
          <mxGeometry height="153" width="220" x="-260" y="-109.5" as="geometry" />
        </mxCell>
        <mxCell id="VC9RXPg_d_1Dh3A2mj1C-4" parent="1" style="shape=rhombus;perimeter=rhombusPerimeter;whiteSpace=wrap;html=1;align=center;" value="Tem" vertex="1">
          <mxGeometry height="60" width="120" x="620" y="-33" as="geometry" />
        </mxCell>
        <mxCell id="VC9RXPg_d_1Dh3A2mj1C-8" parent="1" style="shape=rhombus;perimeter=rhombusPerimeter;whiteSpace=wrap;html=1;align=center;" value="Tem" vertex="1">
          <mxGeometry height="60" width="120" x="560" y="522" as="geometry" />
        </mxCell>
        <mxCell id="VC9RXPg_d_1Dh3A2mj1C-11" parent="1" style="shape=rhombus;perimeter=rhombusPerimeter;whiteSpace=wrap;html=1;align=center;" value="possui" vertex="1">
          <mxGeometry height="60" width="120" x="560" y="248" as="geometry" />
        </mxCell>
        <mxCell id="VC9RXPg_d_1Dh3A2mj1C-13" edge="1" parent="1" source="VC9RXPg_d_1Dh3A2mj1C-11" style="edgeStyle=orthogonalEdgeStyle;rounded=0;orthogonalLoop=1;jettySize=auto;html=1;entryX=0.542;entryY=0.005;entryDx=0;entryDy=0;entryPerimeter=0;" target="KmSjKLGz71K4W9qImJ2B-35">
          <mxGeometry relative="1" as="geometry" />
        </mxCell>
        <mxCell id="VC9RXPg_d_1Dh3A2mj1C-14" parent="1" style="text;html=1;align=center;verticalAlign=middle;resizable=0;points=[];autosize=1;strokeColor=none;fillColor=none;" value="(1,1)" vertex="1">
          <mxGeometry height="30" width="50" x="1040" y="218" as="geometry" />
        </mxCell>
        <mxCell id="VC9RXPg_d_1Dh3A2mj1C-15" parent="1" style="text;html=1;align=center;verticalAlign=middle;resizable=0;points=[];autosize=1;strokeColor=none;fillColor=none;" value="(1,n)" vertex="1">
          <mxGeometry height="30" width="50" x="310" y="308" as="geometry" />
        </mxCell>
        <mxCell id="VC9RXPg_d_1Dh3A2mj1C-35" edge="1" parent="1" source="VC9RXPg_d_1Dh3A2mj1C-20" style="edgeStyle=orthogonalEdgeStyle;rounded=0;orthogonalLoop=1;jettySize=auto;html=1;endArrow=none;endFill=0;" target="VC9RXPg_d_1Dh3A2mj1C-34">
          <mxGeometry relative="1" as="geometry" />
        </mxCell>
        <mxCell id="VC9RXPg_d_1Dh3A2mj1C-20" parent="1" style="verticalAlign=top;align=left;overflow=fill;html=1;whiteSpace=wrap;" value="&lt;p style=&quot;margin:0px;margin-top:4px;text-align:center;&quot;&gt;&lt;b&gt;Estoque&lt;/b&gt;&lt;/p&gt;&lt;hr size=&quot;1&quot; style=&quot;border-style:solid;&quot;&gt;&lt;p style=&quot;margin:0px;margin-left:4px;&quot;&gt;- id:Long&lt;/p&gt;&lt;p style=&quot;margin:0px;margin-left:4px;&quot;&gt;- books:Arraylist&amp;lt;Livro&amp;gt;&lt;/p&gt;&lt;hr size=&quot;1&quot; style=&quot;border-style:solid;&quot;&gt;&lt;p style=&quot;margin:0px;margin-left:4px;&quot;&gt;+ getId():Long&lt;/p&gt;&lt;p style=&quot;margin:0px;margin-left:4px;&quot;&gt;+ getBooks():ArrayList&amp;lt;Book&amp;gt;&lt;/p&gt;&lt;p style=&quot;margin:0px;margin-left:4px;&quot;&gt;+ setBooks(): ArrayList&amp;lt;Book&amp;gt;&lt;/p&gt;" vertex="1">
          <mxGeometry height="140" width="190" x="-360" y="521" as="geometry" />
        </mxCell>
        <mxCell id="VC9RXPg_d_1Dh3A2mj1C-21" parent="1" style="verticalAlign=top;align=left;overflow=fill;html=1;whiteSpace=wrap;" value="&lt;p style=&quot;margin:0px;margin-top:4px;text-align:center;&quot;&gt;&lt;i&gt;&amp;lt;&amp;lt;Interface&amp;gt;&amp;gt;&lt;/i&gt;&lt;br&gt;&lt;b&gt;IMulta&lt;/b&gt;&lt;/p&gt;&lt;hr size=&quot;1&quot; style=&quot;border-style:solid;&quot;&gt;&lt;p style=&quot;margin:0px;margin-left:4px;&quot;&gt;+ valuePenalty: Double&lt;br&gt;&lt;/p&gt;&lt;hr size=&quot;1&quot; style=&quot;border-style:solid;&quot;&gt;&lt;p style=&quot;margin:0px;margin-left:4px;&quot;&gt;+ CalcValuePenaltyByDayPassed(Emprestimo loan): Double&lt;br&gt;&lt;br&gt;&lt;/p&gt;" vertex="1">
          <mxGeometry height="140" width="280" x="-1580" y="-413" as="geometry" />
        </mxCell>
        <mxCell id="VC9RXPg_d_1Dh3A2mj1C-36" edge="1" parent="1" source="VC9RXPg_d_1Dh3A2mj1C-34" style="edgeStyle=orthogonalEdgeStyle;rounded=0;orthogonalLoop=1;jettySize=auto;html=1;" target="KmSjKLGz71K4W9qImJ2B-35">
          <mxGeometry relative="1" as="geometry" />
        </mxCell>
        <mxCell id="VC9RXPg_d_1Dh3A2mj1C-34" parent="1" style="shape=rhombus;perimeter=rhombusPerimeter;whiteSpace=wrap;html=1;align=center;" value="Tem" vertex="1">
          <mxGeometry height="60" width="120" x="-80" y="561" as="geometry" />
        </mxCell>
        <mxCell id="VC9RXPg_d_1Dh3A2mj1C-37" parent="1" style="text;html=1;align=center;verticalAlign=middle;resizable=0;points=[];autosize=1;strokeColor=none;fillColor=none;" value="(1,1)" vertex="1">
          <mxGeometry height="30" width="50" x="-160" y="552" as="geometry" />
        </mxCell>
        <mxCell id="VC9RXPg_d_1Dh3A2mj1C-38" parent="1" style="text;html=1;align=center;verticalAlign=middle;resizable=0;points=[];autosize=1;strokeColor=none;fillColor=none;" value="(1,n)" vertex="1">
          <mxGeometry height="30" width="50" x="90" y="552" as="geometry" />
        </mxCell>
        <mxCell id="-JATr5RUl8CMmcubA7B9-1" edge="1" parent="1" source="VC9RXPg_d_1Dh3A2mj1C-43" style="edgeStyle=orthogonalEdgeStyle;rounded=0;orthogonalLoop=1;jettySize=auto;html=1;entryX=0.025;entryY=0.511;entryDx=0;entryDy=0;entryPerimeter=0;endArrow=none;endFill=0;exitX=0.999;exitY=0.458;exitDx=0;exitDy=0;exitPerimeter=0;" target="-JATr5RUl8CMmcubA7B9-2">
          <mxGeometry relative="1" as="geometry">
            <mxPoint x="-1300" y="38.65" as="sourcePoint" />
            <mxPoint x="-1093.04" y="39.31000000000008" as="targetPoint" />
          </mxGeometry>
        </mxCell>
        <mxCell id="VC9RXPg_d_1Dh3A2mj1C-41" parent="1" style="swimlane;fontStyle=1;align=center;verticalAlign=top;childLayout=stackLayout;horizontal=1;startSize=26;horizontalStack=0;resizeParent=1;resizeParentMax=0;resizeLast=0;collapsible=1;marginBottom=0;whiteSpace=wrap;html=1;" value="Multa" vertex="1">
          <mxGeometry height="398" width="280" x="-1570" y="-160" as="geometry" />
        </mxCell>
        <mxCell id="VC9RXPg_d_1Dh3A2mj1C-42" parent="VC9RXPg_d_1Dh3A2mj1C-41" style="text;strokeColor=none;fillColor=none;align=left;verticalAlign=top;spacingLeft=4;spacingRight=4;overflow=hidden;rotatable=0;points=[[0,0.5],[1,0.5]];portConstraint=eastwest;whiteSpace=wrap;html=1;" value="- Id: Long" vertex="1">
          <mxGeometry height="26" width="280" y="26" as="geometry" />
        </mxCell>
        <mxCell id="VC9RXPg_d_1Dh3A2mj1C-47" parent="VC9RXPg_d_1Dh3A2mj1C-41" style="text;strokeColor=none;fillColor=none;align=left;verticalAlign=top;spacingLeft=4;spacingRight=4;overflow=hidden;rotatable=0;points=[[0,0.5],[1,0.5]];portConstraint=eastwest;whiteSpace=wrap;html=1;" value="- payed: Boolean" vertex="1">
          <mxGeometry height="26" width="280" y="52" as="geometry" />
        </mxCell>
        <mxCell id="VC9RXPg_d_1Dh3A2mj1C-51" parent="VC9RXPg_d_1Dh3A2mj1C-41" style="text;strokeColor=none;fillColor=none;align=left;verticalAlign=top;spacingLeft=4;spacingRight=4;overflow=hidden;rotatable=0;points=[[0,0.5],[1,0.5]];portConstraint=eastwest;whiteSpace=wrap;html=1;" value="- Emprestimo loan" vertex="1">
          <mxGeometry height="26" width="280" y="78" as="geometry" />
        </mxCell>
        <mxCell id="VC9RXPg_d_1Dh3A2mj1C-48" parent="VC9RXPg_d_1Dh3A2mj1C-41" style="text;strokeColor=none;fillColor=none;align=left;verticalAlign=top;spacingLeft=4;spacingRight=4;overflow=hidden;rotatable=0;points=[[0,0.5],[1,0.5]];portConstraint=eastwest;whiteSpace=wrap;html=1;" value="- payedDate: LocalDate" vertex="1">
          <mxGeometry height="26" width="280" y="104" as="geometry" />
        </mxCell>
        <mxCell id="dsXsR4ag7PACNrRJgRpK-23" parent="VC9RXPg_d_1Dh3A2mj1C-41" style="text;strokeColor=none;fillColor=none;align=left;verticalAlign=top;spacingLeft=4;spacingRight=4;overflow=hidden;rotatable=0;points=[[0,0.5],[1,0.5]];portConstraint=eastwest;whiteSpace=wrap;html=1;" value="- penaltyDate: LocalDate" vertex="1">
          <mxGeometry height="26" width="280" y="130" as="geometry" />
        </mxCell>
        <mxCell id="dsXsR4ag7PACNrRJgRpK-22" parent="VC9RXPg_d_1Dh3A2mj1C-41" style="text;strokeColor=none;fillColor=none;align=left;verticalAlign=top;spacingLeft=4;spacingRight=4;overflow=hidden;rotatable=0;points=[[0,0.5],[1,0.5]];portConstraint=eastwest;whiteSpace=wrap;html=1;" value="- Status: Enum" vertex="1">
          <mxGeometry height="26" width="280" y="156" as="geometry" />
        </mxCell>
        <mxCell id="VC9RXPg_d_1Dh3A2mj1C-43" parent="VC9RXPg_d_1Dh3A2mj1C-41" style="line;strokeWidth=1;fillColor=none;align=left;verticalAlign=middle;spacingTop=-1;spacingLeft=3;spacingRight=3;rotatable=0;labelPosition=right;points=[];portConstraint=eastwest;strokeColor=inherit;" value="" vertex="1">
          <mxGeometry height="8" width="280" y="182" as="geometry" />
        </mxCell>
        <mxCell id="VC9RXPg_d_1Dh3A2mj1C-49" parent="VC9RXPg_d_1Dh3A2mj1C-41" style="text;strokeColor=none;fillColor=none;align=left;verticalAlign=top;spacingLeft=4;spacingRight=4;overflow=hidden;rotatable=0;points=[[0,0.5],[1,0.5]];portConstraint=eastwest;whiteSpace=wrap;html=1;" value="+ isPayed(): Boolean" vertex="1">
          <mxGeometry height="26" width="280" y="190" as="geometry" />
        </mxCell>
        <mxCell id="VC9RXPg_d_1Dh3A2mj1C-50" parent="VC9RXPg_d_1Dh3A2mj1C-41" style="text;strokeColor=none;fillColor=none;align=left;verticalAlign=top;spacingLeft=4;spacingRight=4;overflow=hidden;rotatable=0;points=[[0,0.5],[1,0.5]];portConstraint=eastwest;whiteSpace=wrap;html=1;" value="+ getPayedDate: LocalDate" vertex="1">
          <mxGeometry height="26" width="280" y="216" as="geometry" />
        </mxCell>
        <mxCell id="VC9RXPg_d_1Dh3A2mj1C-52" parent="VC9RXPg_d_1Dh3A2mj1C-41" style="text;strokeColor=none;fillColor=none;align=left;verticalAlign=top;spacingLeft=4;spacingRight=4;overflow=hidden;rotatable=0;points=[[0,0.5],[1,0.5]];portConstraint=eastwest;whiteSpace=wrap;html=1;" value="+ getLoan():Emprestimo" vertex="1">
          <mxGeometry height="26" width="280" y="242" as="geometry" />
        </mxCell>
        <mxCell id="VC9RXPg_d_1Dh3A2mj1C-53" parent="VC9RXPg_d_1Dh3A2mj1C-41" style="text;strokeColor=none;fillColor=none;align=left;verticalAlign=top;spacingLeft=4;spacingRight=4;overflow=hidden;rotatable=0;points=[[0,0.5],[1,0.5]];portConstraint=eastwest;whiteSpace=wrap;html=1;" value="+ setPayed(Boolean isPayed):Boolean" vertex="1">
          <mxGeometry height="26" width="280" y="268" as="geometry" />
        </mxCell>
        <mxCell id="VC9RXPg_d_1Dh3A2mj1C-54" parent="VC9RXPg_d_1Dh3A2mj1C-41" style="text;strokeColor=none;fillColor=none;align=left;verticalAlign=top;spacingLeft=4;spacingRight=4;overflow=hidden;rotatable=0;points=[[0,0.5],[1,0.5]];portConstraint=eastwest;whiteSpace=wrap;html=1;" value="+ setLoan(Boolean isPayed):Boolean" vertex="1">
          <mxGeometry height="26" width="280" y="294" as="geometry" />
        </mxCell>
        <mxCell id="VC9RXPg_d_1Dh3A2mj1C-55" parent="VC9RXPg_d_1Dh3A2mj1C-41" style="text;strokeColor=none;fillColor=none;align=left;verticalAlign=top;spacingLeft=4;spacingRight=4;overflow=hidden;rotatable=0;points=[[0,0.5],[1,0.5]];portConstraint=eastwest;whiteSpace=wrap;html=1;" value="+ setPayedDate(LocalDate date):LocalDate" vertex="1">
          <mxGeometry height="26" width="280" y="320" as="geometry" />
        </mxCell>
        <mxCell id="dsXsR4ag7PACNrRJgRpK-24" parent="VC9RXPg_d_1Dh3A2mj1C-41" style="text;strokeColor=none;fillColor=none;align=left;verticalAlign=top;spacingLeft=4;spacingRight=4;overflow=hidden;rotatable=0;points=[[0,0.5],[1,0.5]];portConstraint=eastwest;whiteSpace=wrap;html=1;" value="+ setPenaltyDate(LocalDate date):LocalDate" vertex="1">
          <mxGeometry height="26" width="280" y="346" as="geometry" />
        </mxCell>
        <mxCell id="dsXsR4ag7PACNrRJgRpK-25" parent="VC9RXPg_d_1Dh3A2mj1C-41" style="text;strokeColor=none;fillColor=none;align=left;verticalAlign=top;spacingLeft=4;spacingRight=4;overflow=hidden;rotatable=0;points=[[0,0.5],[1,0.5]];portConstraint=eastwest;whiteSpace=wrap;html=1;" value="+ setStatus(Enum status ):void" vertex="1">
          <mxGeometry height="26" width="280" y="372" as="geometry" />
        </mxCell>
        <mxCell id="VC9RXPg_d_1Dh3A2mj1C-45" edge="1" parent="1" source="VC9RXPg_d_1Dh3A2mj1C-41" style="edgeStyle=orthogonalEdgeStyle;rounded=0;orthogonalLoop=1;jettySize=auto;html=1;entryX=0.536;entryY=1.021;entryDx=0;entryDy=0;entryPerimeter=0;" target="VC9RXPg_d_1Dh3A2mj1C-21">
          <mxGeometry relative="1" as="geometry" />
        </mxCell>
        <mxCell id="dsXsR4ag7PACNrRJgRpK-2" edge="1" parent="1" source="dsXsR4ag7PACNrRJgRpK-1" style="edgeStyle=orthogonalEdgeStyle;rounded=0;orthogonalLoop=1;jettySize=auto;html=1;entryX=0.5;entryY=1;entryDx=0;entryDy=0;endArrow=none;endFill=0;" target="dsXsR4ag7PACNrRJgRpK-3">
          <mxGeometry relative="1" as="geometry">
            <mxPoint x="-595" y="660" as="targetPoint" />
          </mxGeometry>
        </mxCell>
        <mxCell id="dsXsR4ag7PACNrRJgRpK-7" edge="1" parent="1" source="dsXsR4ag7PACNrRJgRpK-1" style="edgeStyle=orthogonalEdgeStyle;rounded=0;orthogonalLoop=1;jettySize=auto;html=1;" target="dsXsR4ag7PACNrRJgRpK-8">
          <mxGeometry relative="1" as="geometry">
            <mxPoint x="-250" y="870" as="targetPoint" />
          </mxGeometry>
        </mxCell>
        <mxCell id="dsXsR4ag7PACNrRJgRpK-1" parent="1" style="verticalAlign=top;align=left;overflow=fill;html=1;whiteSpace=wrap;" value="&lt;p style=&quot;margin:0px;margin-top:4px;text-align:center;&quot;&gt;&lt;b&gt;Movimentacao&lt;/b&gt;&lt;/p&gt;&lt;hr size=&quot;1&quot; style=&quot;border-style:solid;&quot;&gt;&lt;p style=&quot;margin:0px;margin-left:4px;&quot;&gt;- id:Long&lt;/p&gt;&lt;p style=&quot;margin:0px;margin-left:4px;&quot;&gt;- stock: Estoque&lt;/p&gt;&lt;p style=&quot;margin:0px;margin-left:4px;&quot;&gt;- lean: Emprestimo&lt;/p&gt;&lt;p style=&quot;margin:0px;margin-left:4px;&quot;&gt;- typeItem: Enum&lt;/p&gt;&lt;p style=&quot;margin:0px;margin-left:4px;&quot;&gt;- qtd: int&lt;/p&gt;&lt;p style=&quot;margin:0px;margin-left:4px;&quot;&gt;&lt;span style=&quot;background-color: transparent; color: light-dark(rgb(0, 0, 0), rgb(255, 255, 255));&quot;&gt;- createdDate: LocalDate&lt;/span&gt;&lt;/p&gt;&lt;hr size=&quot;1&quot; style=&quot;border-style:solid;&quot;&gt;&lt;p style=&quot;margin:0px;margin-left:4px;&quot;&gt;+ getId():Long&lt;/p&gt;&lt;p style=&quot;margin:0px;margin-left:4px;&quot;&gt;+ getStock(): Estoque&lt;/p&gt;&lt;p style=&quot;margin:0px;margin-left:4px;&quot;&gt;+ setQtd(int qtd): int&lt;/p&gt;&lt;p style=&quot;margin:0px;margin-left:4px;&quot;&gt;+ setTypeItem(Enum type):void&lt;/p&gt;&lt;p style=&quot;margin:0px;margin-left:4px;&quot;&gt;&lt;br&gt;&lt;/p&gt;" vertex="1">
          <mxGeometry height="200" width="210" x="-717.5" y="820" as="geometry" />
        </mxCell>
        <mxCell id="dsXsR4ag7PACNrRJgRpK-4" edge="1" parent="1" source="dsXsR4ag7PACNrRJgRpK-3" style="edgeStyle=orthogonalEdgeStyle;rounded=0;orthogonalLoop=1;jettySize=auto;html=1;entryX=0.462;entryY=1.032;entryDx=0;entryDy=0;entryPerimeter=0;" target="VC9RXPg_d_1Dh3A2mj1C-31">
          <mxGeometry relative="1" as="geometry">
            <mxPoint x="-595.1999999999998" y="383.45399999999995" as="targetPoint" />
          </mxGeometry>
        </mxCell>
        <mxCell id="dsXsR4ag7PACNrRJgRpK-3" parent="1" style="shape=rhombus;perimeter=rhombusPerimeter;whiteSpace=wrap;html=1;align=center;" value="retira livros/devovle" vertex="1">
          <mxGeometry height="80" width="155" x="-690" y="596" as="geometry" />
        </mxCell>
        <mxCell id="dsXsR4ag7PACNrRJgRpK-5" parent="1" style="text;html=1;align=center;verticalAlign=middle;resizable=0;points=[];autosize=1;strokeColor=none;fillColor=none;" value="(1,1)" vertex="1">
          <mxGeometry height="30" width="50" x="-580" y="450" as="geometry" />
        </mxCell>
        <mxCell id="dsXsR4ag7PACNrRJgRpK-6" parent="1" style="text;html=1;align=center;verticalAlign=middle;resizable=0;points=[];autosize=1;strokeColor=none;fillColor=none;" value="(1,1)" vertex="1">
          <mxGeometry height="30" width="50" x="-567.5" y="780" as="geometry" />
        </mxCell>
        <mxCell id="dsXsR4ag7PACNrRJgRpK-8" parent="1" style="shape=rhombus;perimeter=rhombusPerimeter;whiteSpace=wrap;html=1;align=center;" value="entrada/saida" vertex="1">
          <mxGeometry height="60" width="120" x="-310" y="899" as="geometry" />
        </mxCell>
        <mxCell id="dsXsR4ag7PACNrRJgRpK-9" edge="1" parent="1" source="dsXsR4ag7PACNrRJgRpK-8" style="edgeStyle=orthogonalEdgeStyle;rounded=0;orthogonalLoop=1;jettySize=auto;html=1;entryX=0.583;entryY=1.003;entryDx=0;entryDy=0;entryPerimeter=0;" target="VC9RXPg_d_1Dh3A2mj1C-20">
          <mxGeometry relative="1" as="geometry">
            <mxPoint x="-250" y="690" as="targetPoint" />
          </mxGeometry>
        </mxCell>
        <mxCell id="dsXsR4ag7PACNrRJgRpK-13" parent="1" style="text;html=1;align=center;verticalAlign=middle;resizable=0;points=[];autosize=1;strokeColor=none;fillColor=none;" value="(1,n)" vertex="1">
          <mxGeometry height="30" width="50" x="-490" y="890" as="geometry" />
        </mxCell>
        <mxCell id="dsXsR4ag7PACNrRJgRpK-14" parent="1" style="text;html=1;align=center;verticalAlign=middle;resizable=0;points=[];autosize=1;strokeColor=none;fillColor=none;" value="(1,n)" vertex="1">
          <mxGeometry height="30" width="50" x="-310" y="670" as="geometry" />
        </mxCell>
-         <mxCell id="dsXsR4ag7PACNrRJgRpK-18" parent="1" style="shape=rhombus;perimeter=rhombusPerimeter;whiteSpace=wrap;html=1;align=center;" value="tem" vertex="1">
-           <mxGeometry height="60" width="120" x="1230" y="400" as="geometry" />
-         </mxCell>
-         <mxCell id="dsXsR4ag7PACNrRJgRpK-19" edge="1" parent="1" source="dsXsR4ag7PACNrRJgRpK-18" style="edgeStyle=orthogonalEdgeStyle;rounded=0;orthogonalLoop=1;jettySize=auto;html=1;entryX=0.544;entryY=1.038;entryDx=0;entryDy=0;entryPerimeter=0;" target="KmSjKLGz71K4W9qImJ2B-138">
-           <mxGeometry relative="1" as="geometry" />
-         </mxCell>
-         <mxCell id="dsXsR4ag7PACNrRJgRpK-20" parent="1" style="text;html=1;align=center;verticalAlign=middle;resizable=0;points=[];autosize=1;strokeColor=none;fillColor=none;" value="(1,1)" vertex="1">
-           <mxGeometry height="30" width="50" x="1140" y="218" as="geometry" />
-         </mxCell>
-         <mxCell id="dsXsR4ag7PACNrRJgRpK-21" parent="1" style="text;html=1;align=center;verticalAlign=middle;resizable=0;points=[];autosize=1;strokeColor=none;fillColor=none;" value="(1,N)" vertex="1">
-           <mxGeometry height="30" width="50" x="1090" y="521" as="geometry" />
-         </mxCell>
        <mxCell id="-JATr5RUl8CMmcubA7B9-2" parent="1" style="shape=rhombus;perimeter=rhombusPerimeter;whiteSpace=wrap;html=1;align=center;" value="Possui" vertex="1">
          <mxGeometry height="60" width="120" x="-1110" y="-4" as="geometry" />
        </mxCell>
        <mxCell id="-JATr5RUl8CMmcubA7B9-3" edge="1" parent="1" source="-JATr5RUl8CMmcubA7B9-2" style="edgeStyle=orthogonalEdgeStyle;rounded=0;orthogonalLoop=1;jettySize=auto;html=1;entryX=0;entryY=0.5;entryDx=0;entryDy=0;entryPerimeter=0;" target="KmSjKLGz71K4W9qImJ2B-86">
          <mxGeometry relative="1" as="geometry" />
        </mxCell>
        <mxCell id="-JATr5RUl8CMmcubA7B9-4" parent="1" style="text;html=1;align=center;verticalAlign=middle;resizable=0;points=[];autosize=1;strokeColor=none;fillColor=none;" value="(1,1)" vertex="1">
          <mxGeometry height="30" width="50" x="-1280" y="-10" as="geometry" />
        </mxCell>
        <mxCell id="-JATr5RUl8CMmcubA7B9-5" parent="1" style="text;html=1;align=center;verticalAlign=middle;resizable=0;points=[];autosize=1;strokeColor=none;fillColor=none;" value="(1,1)" vertex="1">
          <mxGeometry height="30" width="50" x="-820" y="-48" as="geometry" />
        </mxCell>
      </root>
    </mxGraphModel>
  </diagram>
</mxfile>
